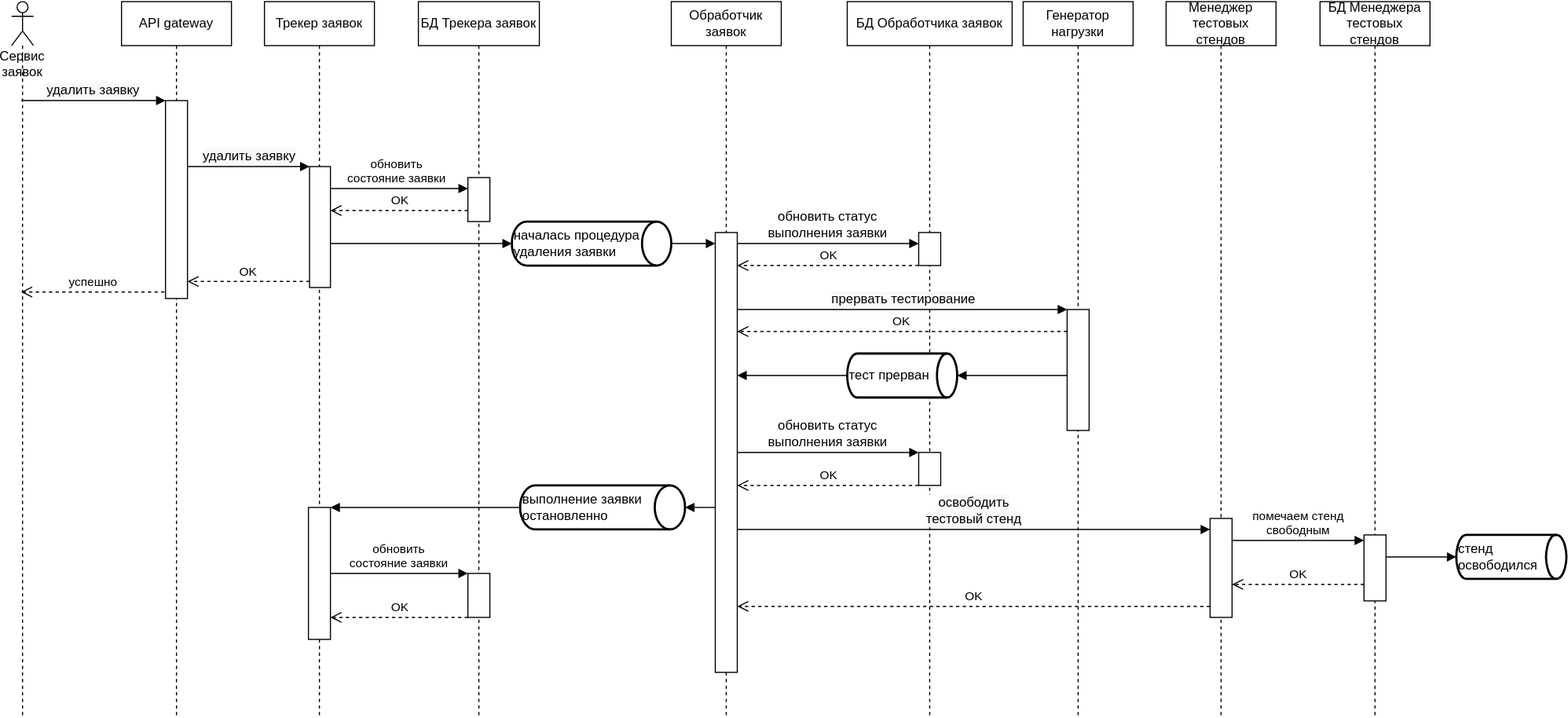
Above: graduate_project/diagrams/uc004_sequence_diagram.svg in ralex29/otus_software_architect_2022_09 (draw.io), before the change. Source tidied: cells renumbered, new cells last; positions are measured from the earlier drawing's top-left corner, leaving out a move shared by most shapes. The source it was exported from:
```xml
<mxGraphModel>
  <root>
    <mxCell id="0" />
    <mxCell id="1" parent="0" />
    <mxCell id="2" value="Сервис заявок" style="shape=umlLifeline;participant=umlActor;perimeter=lifelinePerimeter;whiteSpace=wrap;html=1;verticalAlign=top;spacingTop=36;outlineConnect=0;" parent="1" vertex="1">
      <mxGeometry width="20" height="650" as="geometry" />
    </mxCell>
    <mxCell id="3" value="API gateway" style="shape=umlLifeline;perimeter=lifelinePerimeter;whiteSpace=wrap;html=1;" parent="1" vertex="1">
      <mxGeometry x="100" width="100" height="650" as="geometry" />
    </mxCell>
    <mxCell id="4" style="html=1;points=[];perimeter=orthogonalPerimeter;" parent="3" vertex="1">
      <mxGeometry x="40" y="90" width="20" height="180" as="geometry" />
    </mxCell>
    <mxCell id="5" value="Трекер заявок" style="shape=umlLifeline;perimeter=lifelinePerimeter;whiteSpace=wrap;html=1;" parent="1" vertex="1">
      <mxGeometry x="230" width="100" height="650" as="geometry" />
    </mxCell>
    <mxCell id="6" style="html=1;points=[];perimeter=orthogonalPerimeter;" parent="5" vertex="1">
      <mxGeometry x="41" y="150" width="19" height="110" as="geometry" />
    </mxCell>
    <mxCell id="7" style="html=1;points=[];perimeter=orthogonalPerimeter;" parent="5" vertex="1">
      <mxGeometry x="40" y="460" width="20" height="120" as="geometry" />
    </mxCell>
    <mxCell id="8" value="&lt;div&gt;Обработчик заявок&lt;/div&gt;" style="shape=umlLifeline;perimeter=lifelinePerimeter;whiteSpace=wrap;html=1;" parent="1" vertex="1">
      <mxGeometry x="600" width="100" height="650" as="geometry" />
    </mxCell>
    <mxCell id="9" style="html=1;points=[];perimeter=orthogonalPerimeter;" parent="8" vertex="1">
      <mxGeometry x="40" y="210" width="20" height="400" as="geometry" />
    </mxCell>
    <mxCell id="10" value="Менеджер тестовых стендов" style="shape=umlLifeline;perimeter=lifelinePerimeter;whiteSpace=wrap;html=1;" parent="1" vertex="1">
      <mxGeometry x="1050" width="100" height="650" as="geometry" />
    </mxCell>
    <mxCell id="11" style="html=1;points=[];perimeter=orthogonalPerimeter;" parent="10" vertex="1">
      <mxGeometry x="40" y="470" width="20" height="90" as="geometry" />
    </mxCell>
    <mxCell id="12" value="БД Трекера заявок" style="shape=umlLifeline;perimeter=lifelinePerimeter;whiteSpace=wrap;html=1;" parent="1" vertex="1">
      <mxGeometry x="370" width="110" height="650" as="geometry" />
    </mxCell>
    <mxCell id="13" style="html=1;points=[];perimeter=orthogonalPerimeter;" parent="12" vertex="1">
      <mxGeometry x="45" y="160" width="20" height="40" as="geometry" />
    </mxCell>
    <mxCell id="14" style="html=1;points=[];perimeter=orthogonalPerimeter;" parent="12" vertex="1">
      <mxGeometry x="45" y="520" width="20" height="40" as="geometry" />
    </mxCell>
    <mxCell id="15" value="&lt;span style=&quot;font-size: 12px; background-color: rgb(248, 249, 250);&quot;&gt;удалить заявку&lt;br&gt;&lt;/span&gt;" style="html=1;verticalAlign=bottom;endArrow=block;entryX=0;entryY=0;rounded=0;" parent="1" edge="1" source="2" target="4">
      <mxGeometry relative="1" as="geometry" />
    </mxCell>
    <mxCell id="16" value="&lt;span style=&quot;font-size: 12px; background-color: rgb(248, 249, 250);&quot;&gt;удалить заявку&lt;/span&gt;" style="html=1;verticalAlign=bottom;endArrow=block;entryX=0;entryY=0;rounded=0;" parent="1" edge="1" source="4" target="6">
      <mxGeometry relative="1" as="geometry" />
    </mxCell>
    <mxCell id="17" value="OK" style="html=1;verticalAlign=bottom;endArrow=open;dashed=1;endSize=8;exitX=0;exitY=0.95;rounded=0;" parent="1" edge="1" source="6" target="4">
      <mxGeometry relative="1" as="geometry" />
    </mxCell>
    <mxCell id="18" value="БД Обработчика заявок" style="shape=umlLifeline;perimeter=lifelinePerimeter;whiteSpace=wrap;html=1;" parent="1" vertex="1">
      <mxGeometry x="760" width="150" height="650" as="geometry" />
    </mxCell>
    <mxCell id="19" style="html=1;points=[];perimeter=orthogonalPerimeter;" parent="18" vertex="1">
      <mxGeometry x="65" y="210" width="20" height="30" as="geometry" />
    </mxCell>
    <mxCell id="20" style="html=1;points=[];perimeter=orthogonalPerimeter;" parent="18" vertex="1">
      <mxGeometry x="65" y="410" width="20" height="30" as="geometry" />
    </mxCell>
    <mxCell id="21" value="&lt;span style=&quot;text-align: center;&quot;&gt;тест прерван&lt;/span&gt;" style="strokeWidth=2;html=1;shape=mxgraph.flowchart.direct_data;whiteSpace=wrap;align=left;" parent="18" vertex="1">
      <mxGeometry y="320" width="100" height="40" as="geometry" />
    </mxCell>
    <mxCell id="22" value="БД Менеджера тестовых стендов" style="shape=umlLifeline;perimeter=lifelinePerimeter;whiteSpace=wrap;html=1;" parent="1" vertex="1">
      <mxGeometry x="1190" width="100" height="650" as="geometry" />
    </mxCell>
    <mxCell id="23" style="html=1;points=[];perimeter=orthogonalPerimeter;" parent="22" vertex="1">
      <mxGeometry x="40" y="485" width="20" height="60" as="geometry" />
    </mxCell>
    <mxCell id="24" value="OK" style="html=1;verticalAlign=bottom;endArrow=open;dashed=1;endSize=8;rounded=0;" parent="1" edge="1" source="13" target="6">
      <mxGeometry relative="1" as="geometry">
        <Array as="points">
          <mxPoint x="370" y="190" />
        </Array>
      </mxGeometry>
    </mxCell>
    <mxCell id="25" value="обновить&lt;br&gt;состояние заявки" style="html=1;verticalAlign=bottom;endArrow=block;rounded=0;" parent="1" edge="1" source="6" target="13">
      <mxGeometry x="-0.04" relative="1" as="geometry">
        <Array as="points">
          <mxPoint x="360" y="170" />
        </Array>
      </mxGeometry>
    </mxCell>
    <mxCell id="26" style="html=1;verticalAlign=bottom;endArrow=block;rounded=0;entryX=0;entryY=0.5;entryDx=0;entryDy=0;entryPerimeter=0;" parent="1" edge="1" source="6" target="29">
      <mxGeometry x="-0.1" relative="1" as="geometry">
        <Array as="points">
          <mxPoint x="440" y="220" />
        </Array>
      </mxGeometry>
    </mxCell>
    <mxCell id="27" value="OK" style="html=1;verticalAlign=bottom;endArrow=open;dashed=1;endSize=8;rounded=0;" parent="1" edge="1" source="19" target="9">
      <mxGeometry relative="1" as="geometry">
        <Array as="points">
          <mxPoint x="760" y="240" />
        </Array>
      </mxGeometry>
    </mxCell>
    <mxCell id="28" value="&lt;span style=&quot;font-size: 12px;&quot;&gt;обновить статус&lt;/span&gt;&lt;br style=&quot;font-size: 12px;&quot;&gt;&lt;span style=&quot;font-size: 12px;&quot;&gt;выполнения заявки&lt;/span&gt;" style="html=1;verticalAlign=bottom;endArrow=block;rounded=0;" parent="1" edge="1" source="9" target="19">
      <mxGeometry relative="1" as="geometry">
        <Array as="points">
          <mxPoint x="770" y="220" />
        </Array>
      </mxGeometry>
    </mxCell>
    <mxCell id="29" value="&lt;span style=&quot;text-align: center;&quot;&gt;началась процедура удаления заявки&amp;nbsp;&lt;/span&gt;" style="strokeWidth=2;html=1;shape=mxgraph.flowchart.direct_data;whiteSpace=wrap;align=left;" parent="1" vertex="1">
      <mxGeometry x="455" y="200" width="145" height="40" as="geometry" />
    </mxCell>
    <mxCell id="30" value="успешно" style="html=1;verticalAlign=bottom;endArrow=open;dashed=1;endSize=8;exitX=-0.05;exitY=0.967;rounded=0;exitDx=0;exitDy=0;exitPerimeter=0;" parent="1" edge="1" source="4" target="2">
      <mxGeometry relative="1" as="geometry" />
    </mxCell>
    <mxCell id="31" style="html=1;verticalAlign=bottom;endArrow=block;rounded=0;exitX=1;exitY=0.5;exitDx=0;exitDy=0;exitPerimeter=0;" parent="1" edge="1" source="29" target="9">
      <mxGeometry x="-0.1" relative="1" as="geometry">
        <Array as="points">
          <mxPoint x="610" y="220" />
        </Array>
      </mxGeometry>
    </mxCell>
    <mxCell id="32" value="&lt;span style=&quot;text-align: center;&quot;&gt;выполнение заявки остановленно&lt;/span&gt;" style="strokeWidth=2;html=1;shape=mxgraph.flowchart.direct_data;whiteSpace=wrap;align=left;" parent="1" vertex="1">
      <mxGeometry x="462.5" y="440" width="150" height="40" as="geometry" />
    </mxCell>
    <mxCell id="33" style="edgeStyle=orthogonalEdgeStyle;rounded=0;orthogonalLoop=1;jettySize=auto;html=1;exitX=0.5;exitY=1;exitDx=0;exitDy=0;exitPerimeter=0;startArrow=none;startFill=0;" parent="1" edge="1" source="32" target="32">
      <mxGeometry relative="1" as="geometry" />
    </mxCell>
    <mxCell id="34" style="html=1;verticalAlign=bottom;endArrow=block;rounded=0;entryX=1;entryY=0.5;entryDx=0;entryDy=0;entryPerimeter=0;" parent="1" edge="1" source="9" target="32">
      <mxGeometry relative="1" as="geometry" />
    </mxCell>
    <mxCell id="35" style="html=1;verticalAlign=bottom;endArrow=block;rounded=0;exitX=0;exitY=0.5;exitDx=0;exitDy=0;exitPerimeter=0;" parent="1" edge="1" source="32" target="7">
      <mxGeometry relative="1" as="geometry" />
    </mxCell>
    <mxCell id="36" value="обновить &lt;br&gt;состояние заявки" style="html=1;verticalAlign=bottom;endArrow=block;rounded=0;" parent="1" edge="1" source="7" target="14">
      <mxGeometry relative="1" as="geometry" />
    </mxCell>
    <mxCell id="37" value="OK" style="html=1;verticalAlign=bottom;endArrow=open;dashed=1;endSize=8;rounded=0;" parent="1" edge="1" source="14" target="7">
      <mxGeometry relative="1" as="geometry">
        <Array as="points">
          <mxPoint x="380" y="560" />
        </Array>
      </mxGeometry>
    </mxCell>
    <mxCell id="38" value="Генератор нагрузки" style="shape=umlLifeline;perimeter=lifelinePerimeter;whiteSpace=wrap;html=1;" parent="1" vertex="1">
      <mxGeometry x="920" width="100" height="650" as="geometry" />
    </mxCell>
    <mxCell id="39" style="html=1;points=[];perimeter=orthogonalPerimeter;" parent="38" vertex="1">
      <mxGeometry x="40" y="280" width="20" height="110" as="geometry" />
    </mxCell>
    <mxCell id="40" value="&lt;span style=&quot;font-size: 12px; background-color: rgb(248, 249, 250);&quot;&gt;прервать тестирование&lt;/span&gt;" style="html=1;verticalAlign=bottom;startArrow=none;endArrow=block;startSize=8;rounded=0;startFill=0;" parent="1" edge="1" source="9" target="39">
      <mxGeometry relative="1" as="geometry">
        <Array as="points">
          <mxPoint x="890" y="280" />
        </Array>
      </mxGeometry>
    </mxCell>
    <mxCell id="41" value="OK" style="html=1;verticalAlign=bottom;endArrow=open;dashed=1;endSize=8;rounded=0;" parent="1" edge="1" source="39" target="9">
      <mxGeometry relative="1" as="geometry">
        <Array as="points">
          <mxPoint x="860" y="300" />
        </Array>
      </mxGeometry>
    </mxCell>
    <mxCell id="42" value="&lt;font style=&quot;font-size: 12px;&quot;&gt;обновить статус &lt;br&gt;выполнения заявки&lt;/font&gt;" style="html=1;verticalAlign=bottom;endArrow=block;rounded=0;" parent="1" edge="1" source="9" target="20">
      <mxGeometry relative="1" as="geometry">
        <Array as="points">
          <mxPoint x="800" y="410" />
        </Array>
      </mxGeometry>
    </mxCell>
    <mxCell id="43" value="OK" style="html=1;verticalAlign=bottom;endArrow=open;dashed=1;endSize=8;rounded=0;" parent="1" edge="1" source="20" target="9">
      <mxGeometry relative="1" as="geometry">
        <Array as="points">
          <mxPoint x="790" y="440" />
        </Array>
      </mxGeometry>
    </mxCell>
    <mxCell id="44" style="html=1;verticalAlign=bottom;endArrow=block;rounded=0;entryX=1;entryY=0.5;entryDx=0;entryDy=0;entryPerimeter=0;" parent="1" edge="1" source="39" target="21">
      <mxGeometry relative="1" as="geometry" />
    </mxCell>
    <mxCell id="45" style="html=1;verticalAlign=bottom;endArrow=block;rounded=0;exitX=0;exitY=0.5;exitDx=0;exitDy=0;exitPerimeter=0;" parent="1" edge="1" source="21" target="9">
      <mxGeometry relative="1" as="geometry" />
    </mxCell>
    <mxCell id="46" value="помечаем стенд &lt;br&gt;свободным" style="html=1;verticalAlign=bottom;endArrow=block;rounded=0;" parent="1" edge="1" source="11" target="23">
      <mxGeometry relative="1" as="geometry">
        <Array as="points">
          <mxPoint x="1180" y="490" />
        </Array>
      </mxGeometry>
    </mxCell>
    <mxCell id="47" value="OK" style="html=1;verticalAlign=bottom;endArrow=open;dashed=1;endSize=8;rounded=0;" parent="1" edge="1" source="23" target="11">
      <mxGeometry relative="1" as="geometry">
        <Array as="points">
          <mxPoint x="1200" y="530" />
        </Array>
      </mxGeometry>
    </mxCell>
    <mxCell id="48" value="&lt;span style=&quot;font-size: 12px; background-color: rgb(248, 249, 250);&quot;&gt;освободить&lt;/span&gt;&lt;br style=&quot;font-size: 12px; background-color: rgb(248, 249, 250);&quot;&gt;&lt;span style=&quot;font-size: 12px; background-color: rgb(248, 249, 250);&quot;&gt;тестовый стенд&lt;/span&gt;" style="html=1;verticalAlign=bottom;startArrow=none;endArrow=block;startSize=8;rounded=0;startFill=0;" parent="1" edge="1" source="9" target="11">
      <mxGeometry relative="1" as="geometry">
        <Array as="points">
          <mxPoint x="940" y="480" />
        </Array>
      </mxGeometry>
    </mxCell>
    <mxCell id="49" value="OK" style="html=1;verticalAlign=bottom;endArrow=open;dashed=1;endSize=8;rounded=0;" parent="1" edge="1" source="11" target="9">
      <mxGeometry relative="1" as="geometry">
        <Array as="points">
          <mxPoint x="910" y="550" />
        </Array>
      </mxGeometry>
    </mxCell>
    <mxCell id="50" style="html=1;verticalAlign=bottom;endArrow=block;rounded=0;entryX=0;entryY=0.5;entryDx=0;entryDy=0;entryPerimeter=0;" parent="1" edge="1" target="51">
      <mxGeometry relative="1" as="geometry">
        <mxPoint x="1250" y="505" as="sourcePoint" />
      </mxGeometry>
    </mxCell>
    <mxCell id="51" value="&lt;span style=&quot;text-align: center;&quot;&gt;стенд освободился&lt;/span&gt;" style="strokeWidth=2;html=1;shape=mxgraph.flowchart.direct_data;whiteSpace=wrap;align=left;" parent="1" vertex="1">
      <mxGeometry x="1314" y="485" width="100" height="40" as="geometry" />
    </mxCell>
  </root>
</mxGraphModel>
```
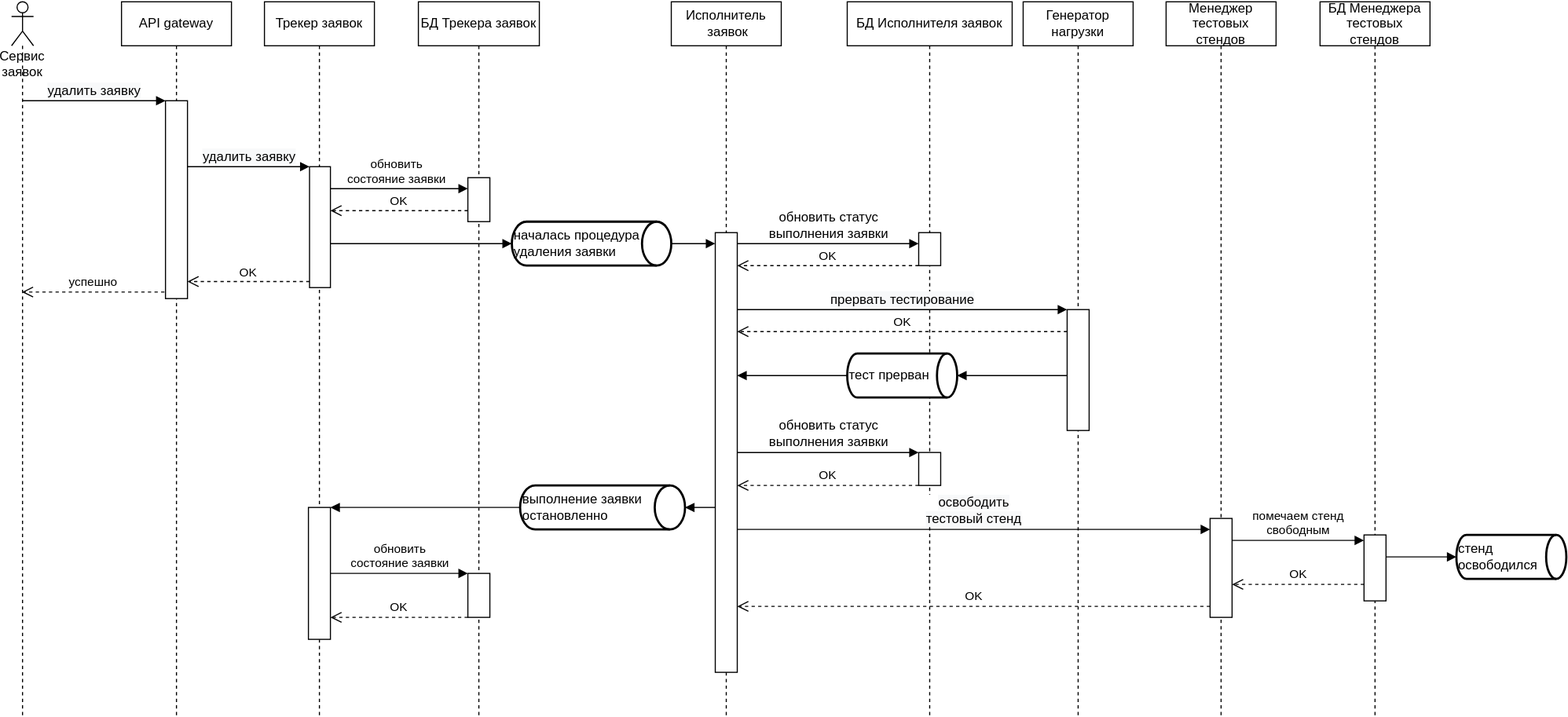
After the commit.

Change to the diagram source:
```diff
@@ -20,7 +20,7 @@
     <mxCell id="7" style="html=1;points=[];perimeter=orthogonalPerimeter;" parent="5" vertex="1">
       <mxGeometry x="40" y="460" width="20" height="120" as="geometry" />
     </mxCell>
-    <mxCell id="8" value="&lt;div&gt;Обработчик заявок&lt;/div&gt;" style="shape=umlLifeline;perimeter=lifelinePerimeter;whiteSpace=wrap;html=1;" parent="1" vertex="1">
+    <mxCell id="8" value="Исполнитель&lt;div&gt;&amp;nbsp;заявок&lt;/div&gt;" style="shape=umlLifeline;perimeter=lifelinePerimeter;whiteSpace=wrap;html=1;" parent="1" vertex="1">
       <mxGeometry x="600" width="100" height="650" as="geometry" />
     </mxCell>
     <mxCell id="9" style="html=1;points=[];perimeter=orthogonalPerimeter;" parent="8" vertex="1">
@@ -50,7 +50,7 @@
     <mxCell id="17" value="OK" style="html=1;verticalAlign=bottom;endArrow=open;dashed=1;endSize=8;exitX=0;exitY=0.95;rounded=0;" parent="1" edge="1" source="6" target="4">
       <mxGeometry relative="1" as="geometry" />
     </mxCell>
-    <mxCell id="18" value="БД Обработчика заявок" style="shape=umlLifeline;perimeter=lifelinePerimeter;whiteSpace=wrap;html=1;" parent="1" vertex="1">
+    <mxCell id="18" value="БД Исполнителя&amp;nbsp;заявок" style="shape=umlLifeline;perimeter=lifelinePerimeter;whiteSpace=wrap;html=1;" parent="1" vertex="1">
       <mxGeometry x="760" width="150" height="650" as="geometry" />
     </mxCell>
     <mxCell id="19" style="html=1;points=[];perimeter=orthogonalPerimeter;" parent="18" vertex="1">
```
